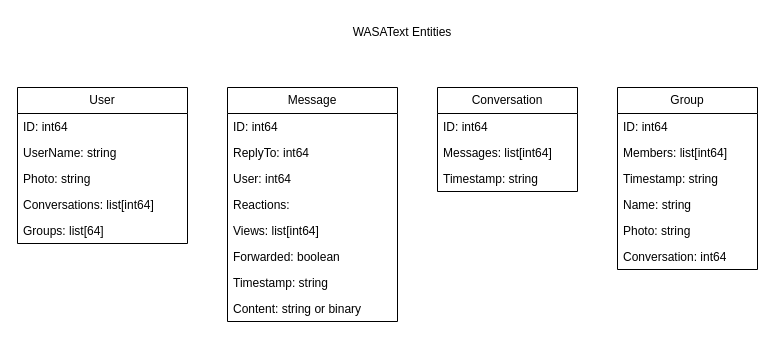
This is diagrams/WASAText-entities.drawio from gensimone/wasa, a draw.io file, before an edit. Source tidied: cells renumbered, new cells numbered last; positions are measured from the earlier drawing's top-left corner, leaving out a move shared by most shapes. Both pictures are drawn from the tidied source at 100%, with x=0, y=0 at pixel (17, 17).
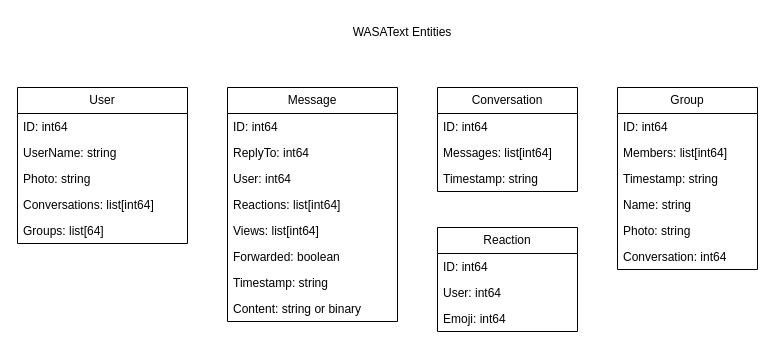
The same diagram, later.

Commit message (it also covers changes not shown here):
Add 'Reaction' entity.

The change refers to these unchanged cells:
```xml
<mxCell id="8" value="Message" style="swimlane;fontStyle=0;horizontal=1;startSize=26;fillColor=none;whiteSpace=wrap;html=1;" parent="1" vertex="1">
  <mxGeometry x="210" y="70" width="170" height="234" as="geometry" />
</mxCell>
```

What changed in the source:
```diff
@@
-    <mxCell id="12" value="&lt;div&gt;Reactions:&amp;nbsp;&lt;/div&gt;" style="text;strokeColor=none;fillColor=none;align=left;verticalAlign=top;spacingLeft=4;spacingRight=4;overflow=hidden;whiteSpace=wrap;html=1;" parent="8" vertex="1">
+    <mxCell id="12" value="&lt;div&gt;Reactions: list[int64]&lt;/div&gt;" style="text;strokeColor=none;fillColor=none;align=left;verticalAlign=top;spacingLeft=4;spacingRight=4;overflow=hidden;whiteSpace=wrap;html=1;" parent="8" vertex="1">
       <mxGeometry y="104" width="170" height="26" as="geometry" />
     </mxCell>
@@
+    <mxCell id="29" value="Reaction" style="swimlane;fontStyle=0;horizontal=1;startSize=26;fillColor=none;whiteSpace=wrap;html=1;" parent="1" vertex="1">
+      <mxGeometry x="420" y="210" width="140" height="104" as="geometry" />
+    </mxCell>
+    <mxCell id="30" value="ID: int64" style="text;strokeColor=none;fillColor=none;align=left;verticalAlign=top;spacingLeft=4;spacingRight=4;overflow=hidden;whiteSpace=wrap;html=1;" parent="29" vertex="1">
+      <mxGeometry y="26" width="140" height="26" as="geometry" />
+    </mxCell>
+    <mxCell id="31" value="&lt;div&gt;User: int64&lt;/div&gt;" style="text;strokeColor=none;fillColor=none;align=left;verticalAlign=top;spacingLeft=4;spacingRight=4;overflow=hidden;whiteSpace=wrap;html=1;" parent="29" vertex="1">
+      <mxGeometry y="52" width="140" height="26" as="geometry" />
+    </mxCell>
+    <mxCell id="32" value="&lt;div&gt;Emoji: int64&lt;/div&gt;" style="text;strokeColor=none;fillColor=none;align=left;verticalAlign=top;spacingLeft=4;spacingRight=4;overflow=hidden;whiteSpace=wrap;html=1;" parent="29" vertex="1">
+      <mxGeometry y="78" width="140" height="26" as="geometry" />
+    </mxCell>
```
